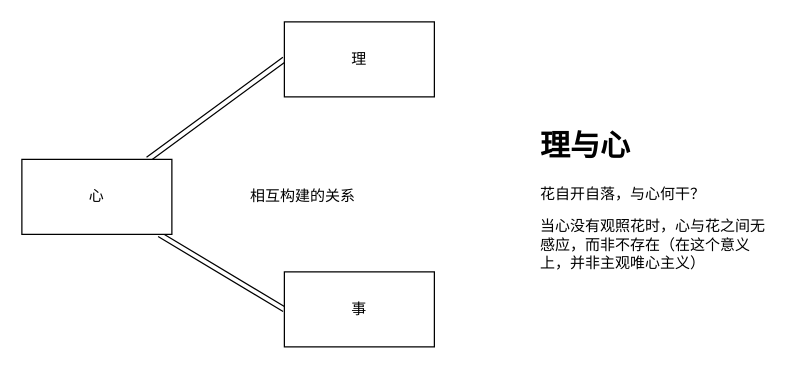
Before: booknote/传习录/传习录_1.drawio in ShortPupil/VPicture, a draw.io diagram. Source tidied: cells renumbered, new cells numbered last; positions are measured from the earlier drawing's top-left corner, leaving out a move shared by most shapes. Both pictures are drawn from the tidied source at 125%, with x=0, y=0 at pixel (21, 21).
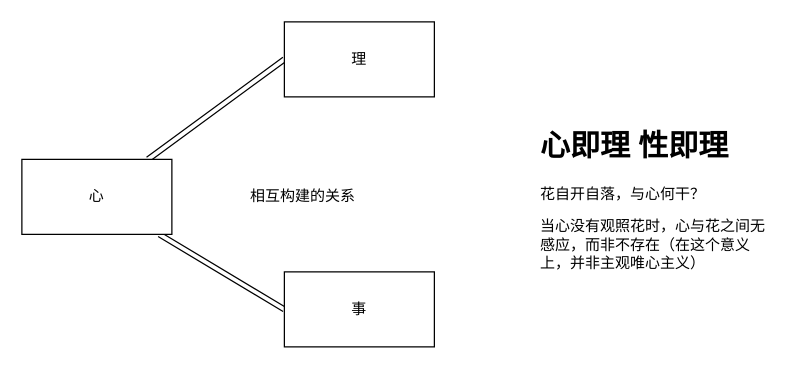
After the change.

Change to the diagram source:
```diff
@@
 <mxGraphModel>
   <root>
     <mxCell id="0" />
     <mxCell id="1" parent="0" />
     <mxCell id="2" style="edgeStyle=none;shape=link;rounded=0;jettySize=auto;html=1;entryX=0;entryY=0.5;entryDx=0;entryDy=0;" parent="1" edge="1" source="4" target="6">
       <mxGeometry relative="1" as="geometry" />
     </mxCell>
     <mxCell id="3" style="edgeStyle=none;shape=link;rounded=0;sketch=0;jettySize=auto;html=1;entryX=0;entryY=0.5;entryDx=0;entryDy=0;shadow=0;endArrow=block;endFill=0;" parent="1" edge="1" source="4" target="5">
       <mxGeometry relative="1" as="geometry" />
     </mxCell>
     <mxCell id="4" value="心" style="rounded=0;whiteSpace=wrap;html=1;" parent="1" vertex="1">
       <mxGeometry y="110" width="120" height="60" as="geometry" />
     </mxCell>
     <mxCell id="5" value="理" style="rounded=0;whiteSpace=wrap;html=1;" parent="1" vertex="1">
       <mxGeometry x="210" width="120" height="60" as="geometry" />
     </mxCell>
     <mxCell id="6" value="事" style="rounded=0;whiteSpace=wrap;html=1;" parent="1" vertex="1">
       <mxGeometry x="210" y="200" width="120" height="60" as="geometry" />
     </mxCell>
     <mxCell id="7" value="相互构建的关系" style="text;html=1;strokeColor=none;fillColor=none;align=center;verticalAlign=middle;whiteSpace=wrap;rounded=0;" parent="1" vertex="1">
       <mxGeometry x="170" y="125" width="110" height="30" as="geometry" />
     </mxCell>
-    <mxCell id="8" value="&lt;h1&gt;理与心&lt;/h1&gt;&lt;p&gt;花自开自落，与心何干？&lt;/p&gt;&lt;p&gt;当心没有观照花时，心与花之间无感应，而非不存在（在这个意义上，并非主观唯心主义）&lt;/p&gt;" style="text;html=1;strokeColor=none;fillColor=none;spacing=5;spacingTop=-20;whiteSpace=wrap;overflow=hidden;rounded=0;" parent="1" vertex="1">
+    <mxCell id="8" value="&lt;h1&gt;心即理 性即理&lt;/h1&gt;&lt;p&gt;花自开自落，与心何干？&lt;/p&gt;&lt;p&gt;当心没有观照花时，心与花之间无感应，而非不存在（在这个意义上，并非主观唯心主义）&lt;/p&gt;" style="text;html=1;strokeColor=none;fillColor=none;spacing=5;spacingTop=-20;whiteSpace=wrap;overflow=hidden;rounded=0;" parent="1" vertex="1">
       <mxGeometry x="410" y="80" width="190" height="120" as="geometry" />
     </mxCell>
   </root>
 </mxGraphModel>
```
